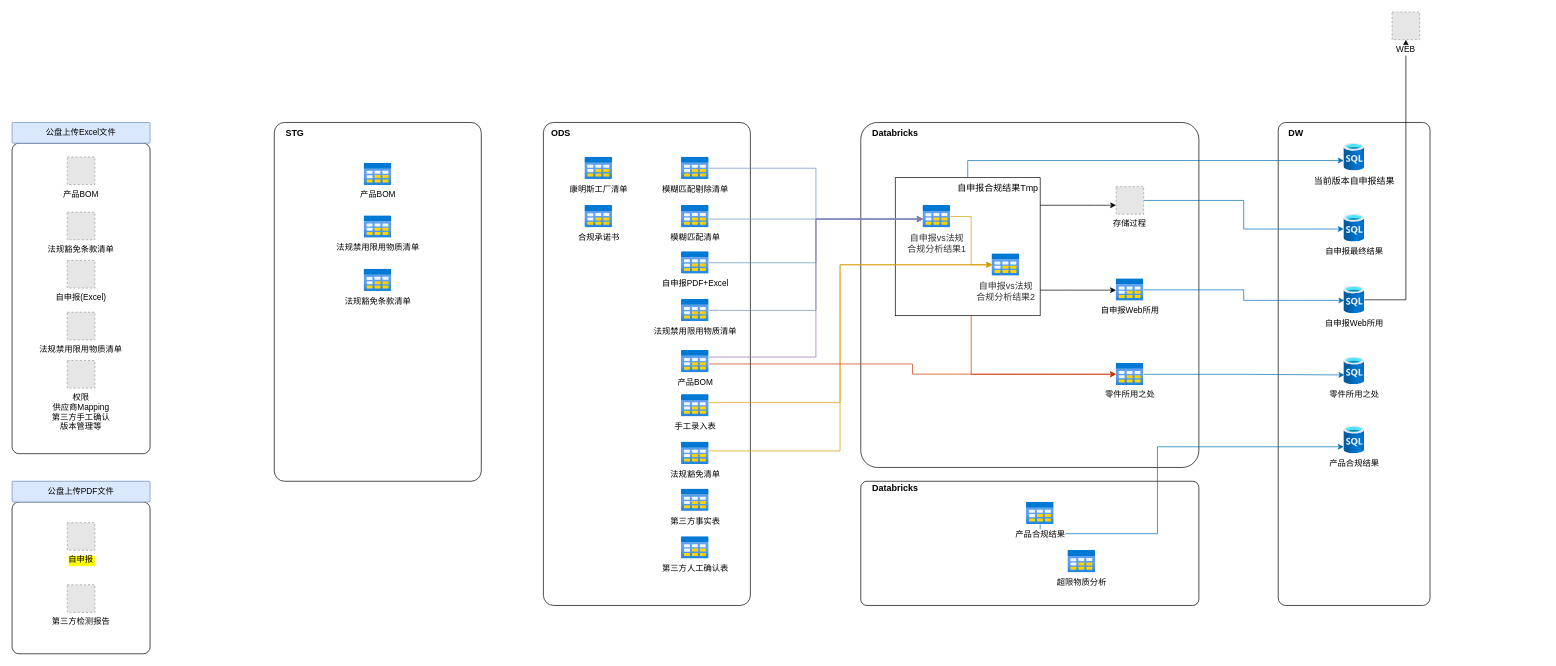
Earlier version of the draw.io diagram 未命名绘图.drawio (newforesee/test). Source tidied: cells renumbered, new cells numbered last; positions are measured from the earlier drawing's top-left corner, leaving out a move shared by most shapes. Both pictures are drawn from the tidied source at 69%, with x=0, y=0 at pixel (12, 12). Pictures stored in the file or linked from it are replaced by grey dashed boxes.
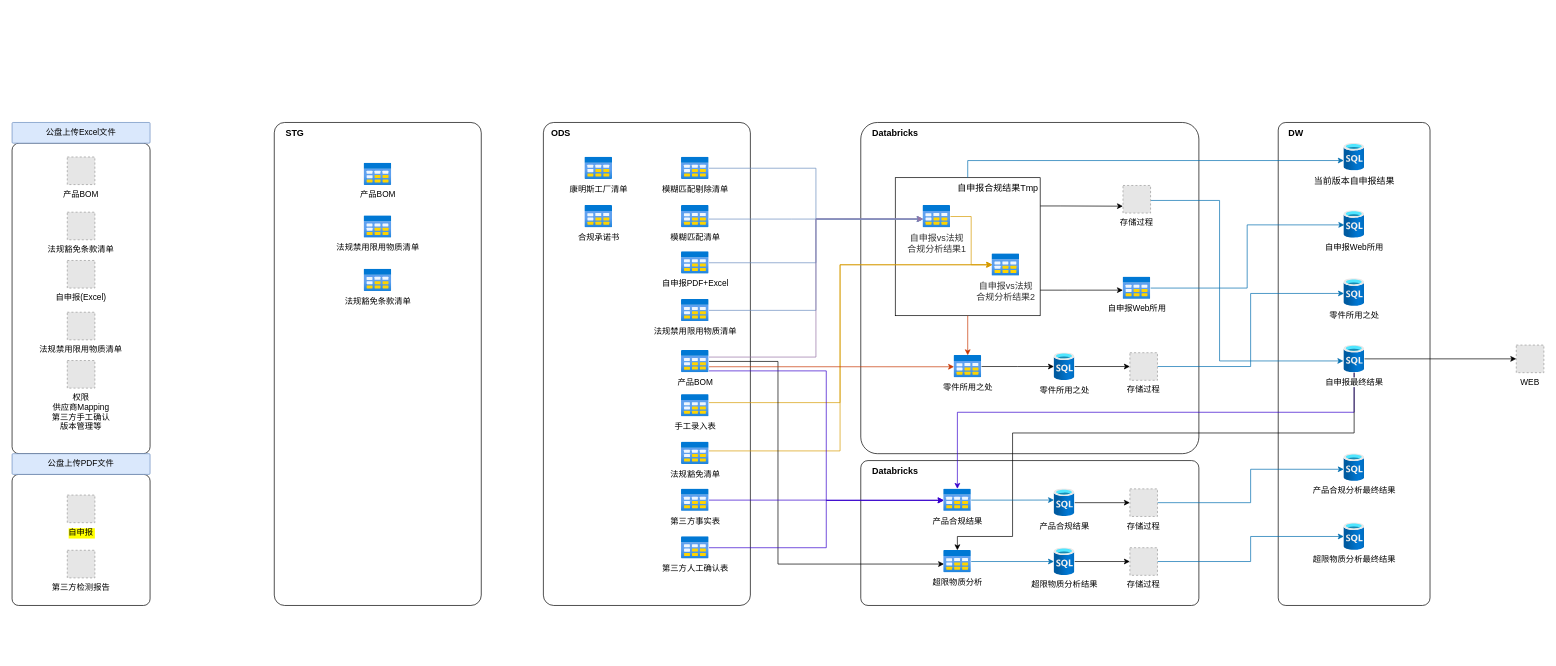
Above is the later version.

Commit message (it also covers changes not shown here):
更新未命名绘图.drawio

The change refers to these unchanged cells:
```xml
<mxCell id="4" style="rounded=0;whiteSpace=wrap;html=1;fontSize=13;absoluteArcSize=0;arcSize=5;" parent="1" vertex="1">
  <mxGeometry x="1280" y="240" width="210" height="200" as="geometry" />
</mxCell>
<mxCell id="44" value="产品BOM" style="html=1;points=[];align=center;image;fontSize=12;image=img/lib/azure2/general/Table.svg;" parent="1" vertex="1">
  <mxGeometry x="970" y="490" width="40" height="32.6" as="geometry" />
</mxCell>
<mxCell id="61" value="第三方人工确认表" style="html=1;points=[];align=center;image;fontSize=12;image=img/lib/azure2/general/Table.svg;labelBackgroundColor=#FFFFFF;fontColor=none;" parent="1" vertex="1">
  <mxGeometry x="970" y="760" width="40" height="32.6" as="geometry" />
</mxCell>
<mxCell id="62" value="第三方事实表" style="html=1;points=[];align=center;image;fontSize=12;image=img/lib/azure2/general/Table.svg;labelBackgroundColor=#FFFFFF;fontColor=none;" parent="1" vertex="1">
  <mxGeometry x="970" y="691" width="40" height="32.6" as="geometry" />
</mxCell>
```

The edit, as a diff of the source:
```diff
@@
     <mxCell id="2" style="rounded=1;whiteSpace=wrap;html=1;labelBackgroundColor=#FFFF00;arcSize=5;" parent="1" vertex="1">
-      <mxGeometry x="1230" y="680" width="490" height="180" as="geometry" />
+      <mxGeometry x="1230" y="650" width="490" height="210" as="geometry" />
     </mxCell>
     <mxCell id="3" style="rounded=1;whiteSpace=wrap;html=1;labelBackgroundColor=#FFFF00;arcSize=5;" parent="1" vertex="1">
-      <mxGeometry x="1230" y="160" width="490" height="500" as="geometry" />
+      <mxGeometry x="1230" y="160" width="490" height="480" as="geometry" />
     </mxCell>
+    <mxCell id="70" style="edgeStyle=orthogonalEdgeStyle;rounded=0;jettySize=auto;html=1;entryX=0;entryY=0.75;entryDx=0;entryDy=0;strokeColor=#000000;fontSize=13;fontColor=none;" parent="1" edge="1" source="4" target="64">
+      <mxGeometry relative="1" as="geometry">
+        <Array as="points">
+          <mxPoint x="1520" y="281" />
+          <mxPoint x="1520" y="281" />
+        </Array>
+      </mxGeometry>
+    </mxCell>
@@
     <mxCell id="6" style="rounded=1;whiteSpace=wrap;html=1;labelBackgroundColor=#FFFF00;arcSize=5;" parent="1" vertex="1">
-      <mxGeometry x="380" y="160" width="300" height="520" as="geometry" />
+      <mxGeometry x="380" y="160" width="300" height="700" as="geometry" />
     </mxCell>
     <mxCell id="7" style="rounded=1;whiteSpace=wrap;html=1;arcSize=5;" parent="1" vertex="1">
-      <mxGeometry y="710" width="200" height="220" as="geometry" />
+      <mxGeometry y="670" width="200" height="190" as="geometry" />
     </mxCell>
@@
     <mxCell id="14" value="自申报" style="fillColor=#E6E6E6;strokeColor=#999999;dashed=1;verticalLabelPosition=bottom;labelBackgroundColor=#FFFF00;verticalAlign=top;" parent="1" vertex="1">
-      <mxGeometry x="80" y="740" width="40" height="40" as="geometry" />
+      <mxGeometry x="80" y="700" width="40" height="40" as="geometry" />
     </mxCell>
     <mxCell id="15" value="第三方检测报告" style="fillColor=#E6E6E6;strokeColor=#999999;dashed=1;verticalLabelPosition=bottom;labelBackgroundColor=#ffffff;verticalAlign=top;" parent="1" vertex="1">
-      <mxGeometry x="80" y="830" width="40" height="40" as="geometry" />
+      <mxGeometry x="80" y="780" width="40" height="40" as="geometry" />
     </mxCell>
@@
-    <mxCell id="19" style="edgeStyle=orthogonalEdgeStyle;rounded=0;jettySize=auto;html=1;entryX=0.5;entryY=1;entryDx=0;entryDy=0;fontSize=13;" parent="1" edge="1" source="20" target="24">
-      <mxGeometry relative="1" as="geometry" />
-    </mxCell>
     <mxCell id="20" value="自申报Web所用" style="html=1;points=[];align=center;image;fontSize=12;image=img/lib/azure2/databases/SQL_Database.svg;" parent="1" vertex="1">
-      <mxGeometry x="1930" y="397" width="30" height="40" as="geometry" />
+      <mxGeometry x="1930" y="287.6" width="30" height="40" as="geometry" />
     </mxCell>
@@
     <mxCell id="22" value="零件所用之处" style="html=1;points=[];align=center;image;fontSize=12;image=img/lib/azure2/databases/SQL_Database.svg;" parent="1" vertex="1">
-      <mxGeometry x="1930" y="500" width="30" height="40" as="geometry" />
+      <mxGeometry x="1930" y="386.3" width="30" height="40" as="geometry" />
     </mxCell>
-    <mxCell id="23" style="edgeStyle=orthogonalEdgeStyle;rounded=0;jettySize=auto;html=1;entryX=0;entryY=0.536;entryDx=0;entryDy=0;entryPerimeter=0;strokeColor=#006EAF;fontSize=13;fillColor=#1ba1e2;exitX=1;exitY=0.5;exitDx=0;exitDy=0;" parent="1" edge="1" source="64" target="60">
-      <mxGeometry relative="1" as="geometry" />
-    </mxCell>
     <mxCell id="24" value="WEB" style="fillColor=#E6E6E6;strokeColor=#999999;dashed=1;verticalLabelPosition=bottom;labelBackgroundColor=default;verticalAlign=top;" parent="1" vertex="1">
-      <mxGeometry x="2000" width="40" height="40" as="geometry" />
+      <mxGeometry x="2180" y="482.6" width="40" height="40" as="geometry" />
     </mxCell>
     <mxCell id="25" value="公盘上传PDF文件" style="rounded=1;whiteSpace=wrap;html=1;arcSize=5;absoluteArcSize=0;fillColor=#dae8fc;strokeColor=#6c8ebf;" parent="1" vertex="1">
-      <mxGeometry y="680" width="200" height="30" as="geometry" />
+      <mxGeometry y="640" width="200" height="30" as="geometry" />
     </mxCell>
@@
+    <mxCell id="71" style="edgeStyle=orthogonalEdgeStyle;rounded=0;jettySize=auto;html=1;entryX=0.019;entryY=0.612;entryDx=0;entryDy=0;entryPerimeter=0;strokeColor=#000000;fontSize=13;fontColor=none;fillColor=#ffff88;" parent="1" edge="1" source="44" target="69">
+      <mxGeometry relative="1" as="geometry">
+        <Array as="points">
+          <mxPoint x="1110" y="506" />
+          <mxPoint x="1110" y="800" />
+        </Array>
+      </mxGeometry>
+    </mxCell>
+    <mxCell id="72" style="edgeStyle=orthogonalEdgeStyle;rounded=0;jettySize=auto;html=1;entryX=0.012;entryY=0.515;entryDx=0;entryDy=0;entryPerimeter=0;strokeColor=#3700CC;fontSize=13;fontColor=none;fillColor=#6a00ff;" parent="1" edge="1" source="44" target="67">
+      <mxGeometry relative="1" as="geometry">
+        <Array as="points">
+          <mxPoint x="1180" y="520" />
+          <mxPoint x="1180" y="708" />
+        </Array>
+      </mxGeometry>
+    </mxCell>
-    <mxCell id="43" style="edgeStyle=orthogonalEdgeStyle;rounded=0;jettySize=auto;html=1;strokeColor=#C73500;fontSize=13;fontColor=none;fillColor=#fa6800;entryX=0;entryY=0.492;entryDx=0;entryDy=0;entryPerimeter=0;" parent="1" edge="1" source="44" target="59">
+    <mxCell id="43" style="edgeStyle=orthogonalEdgeStyle;rounded=0;jettySize=auto;html=1;entryX=0.006;entryY=0.511;entryDx=0;entryDy=0;entryPerimeter=0;strokeColor=#C73500;fontSize=13;fontColor=none;fillColor=#e51400;" parent="1" edge="1" source="44" target="59">
       <mxGeometry relative="1" as="geometry">
         <Array as="points">
-          <mxPoint x="1305" y="510" />
-          <mxPoint x="1305" y="525" />
+          <mxPoint x="1100" y="514" />
+          <mxPoint x="1100" y="514" />
         </Array>
       </mxGeometry>
     </mxCell>
@@
     <mxCell id="49" style="edgeStyle=orthogonalEdgeStyle;rounded=0;jettySize=auto;html=1;fontSize=13;fillColor=#fa6800;strokeColor=#C73500;" parent="1" edge="1" source="4" target="59">
       <mxGeometry relative="1" as="geometry">
         <Array as="points">
-          <mxPoint x="1390" y="525" />
+          <mxPoint x="1390" y="510" />
         </Array>
       </mxGeometry>
     </mxCell>
@@
-    <mxCell id="51" style="edgeStyle=orthogonalEdgeStyle;rounded=0;jettySize=auto;html=1;fontSize=13;" parent="1" edge="1" source="4">
-      <mxGeometry relative="1" as="geometry">
-        <mxPoint x="1600" y="280" as="targetPoint" />
-        <Array as="points">
-          <mxPoint x="1570" y="280" />
-          <mxPoint x="1570" y="280" />
-        </Array>
-      </mxGeometry>
-    </mxCell>
@@
     <mxCell id="57" value="自申报Web所用" style="html=1;points=[];align=center;image;fontSize=12;image=img/lib/azure2/general/Table.svg;" parent="1" vertex="1">
-      <mxGeometry x="1600" y="386.3" width="40" height="32.6" as="geometry" />
+      <mxGeometry x="1610" y="383.7" width="40" height="32.6" as="geometry" />
     </mxCell>
-    <mxCell id="58" style="edgeStyle=orthogonalEdgeStyle;rounded=0;jettySize=auto;html=1;entryX=0.033;entryY=0.648;entryDx=0;entryDy=0;entryPerimeter=0;fontSize=13;fillColor=#1ba1e2;strokeColor=#006EAF;" parent="1" edge="1" source="59" target="22">
-      <mxGeometry relative="1" as="geometry" />
-    </mxCell>
+    <mxCell id="73" style="edgeStyle=orthogonalEdgeStyle;rounded=0;jettySize=auto;html=1;strokeColor=#000000;fontSize=13;fontColor=none;" parent="1" edge="1" source="59" target="90">
+      <mxGeometry relative="1" as="geometry" />
+    </mxCell>
     <mxCell id="59" value="零件所用之处" style="html=1;points=[];align=center;image;fontSize=12;image=img/lib/azure2/general/Table.svg;" parent="1" vertex="1">
-      <mxGeometry x="1600" y="508.7" width="40" height="32.6" as="geometry" />
+      <mxGeometry x="1365" y="497.4" width="40" height="32.6" as="geometry" />
     </mxCell>
+    <mxCell id="74" style="edgeStyle=orthogonalEdgeStyle;rounded=0;jettySize=auto;html=1;strokeColor=#3700CC;fontSize=13;fontColor=none;fillColor=#6a00ff;" parent="1" edge="1" source="60" target="67">
+      <mxGeometry relative="1" as="geometry">
+        <Array as="points">
+          <mxPoint x="1945" y="580" />
+          <mxPoint x="1370" y="580" />
+        </Array>
+      </mxGeometry>
+    </mxCell>
+    <mxCell id="75" style="edgeStyle=orthogonalEdgeStyle;rounded=0;jettySize=auto;html=1;strokeColor=#000000;fontSize=13;fontColor=none;" parent="1" edge="1" source="60" target="69">
+      <mxGeometry relative="1" as="geometry">
+        <Array as="points">
+          <mxPoint x="1945" y="610" />
+          <mxPoint x="1450" y="610" />
+          <mxPoint x="1450" y="760" />
+          <mxPoint x="1370" y="760" />
+        </Array>
+      </mxGeometry>
+    </mxCell>
+    <mxCell id="76" style="edgeStyle=orthogonalEdgeStyle;rounded=0;jettySize=auto;html=1;entryX=0;entryY=0.5;entryDx=0;entryDy=0;strokeColor=#000000;fontSize=13;fontColor=none;" parent="1" edge="1" source="60" target="24">
+      <mxGeometry relative="1" as="geometry" />
+    </mxCell>
     <mxCell id="60" value="自申报最终结果" style="html=1;points=[];align=center;image;fontSize=12;image=img/lib/azure2/databases/SQL_Database.svg;" parent="1" vertex="1">
-      <mxGeometry x="1930" y="293" width="30" height="40" as="geometry" />
+      <mxGeometry x="1930" y="482.6" width="30" height="40" as="geometry" />
     </mxCell>
+    <mxCell id="77" style="edgeStyle=orthogonalEdgeStyle;rounded=0;jettySize=auto;html=1;entryX=-0.004;entryY=0.515;entryDx=0;entryDy=0;entryPerimeter=0;strokeColor=#3700CC;fontSize=13;fontColor=none;fillColor=#6a00ff;" parent="1" edge="1" source="61" target="67">
+      <mxGeometry relative="1" as="geometry" />
+    </mxCell>
@@
+    <mxCell id="78" style="edgeStyle=orthogonalEdgeStyle;rounded=0;jettySize=auto;html=1;strokeColor=#3700CC;fontSize=13;fontColor=none;fillColor=#6a00ff;" parent="1" edge="1" source="62" target="67">
+      <mxGeometry relative="1" as="geometry" />
+    </mxCell>
@@
+    <mxCell id="23" style="edgeStyle=orthogonalEdgeStyle;rounded=0;jettySize=auto;html=1;entryX=-0.019;entryY=0.575;entryDx=0;entryDy=0;entryPerimeter=0;strokeColor=#006EAF;fontSize=13;fontColor=none;fillColor=#647687;" parent="1" edge="1" source="64" target="60">
+      <mxGeometry relative="1" as="geometry">
+        <Array as="points">
+          <mxPoint x="1750" y="273" />
+          <mxPoint x="1750" y="506" />
+        </Array>
+      </mxGeometry>
+    </mxCell>
     <mxCell id="64" value="存储过程" style="fillColor=#E6E6E6;strokeColor=#999999;dashed=1;verticalLabelPosition=bottom;labelBackgroundColor=default;verticalAlign=top;" parent="1" vertex="1">
-      <mxGeometry x="1600" y="253" width="40" height="40" as="geometry" />
+      <mxGeometry x="1610" y="251.3" width="40" height="40" as="geometry" />
     </mxCell>
     <mxCell id="65" value="Databricks" style="text;strokeColor=none;align=center;fillColor=none;html=1;verticalAlign=middle;whiteSpace=wrap;rounded=0;fontStyle=1;fontSize=13;" parent="1" vertex="1">
-      <mxGeometry x="1250" y="680" width="60" height="18" as="geometry" />
+      <mxGeometry x="1250" y="655.6" width="60" height="18" as="geometry" />
     </mxCell>
-    <mxCell id="66" style="edgeStyle=orthogonalEdgeStyle;rounded=0;jettySize=auto;html=1;entryX=0;entryY=0.75;entryDx=0;entryDy=0;entryPerimeter=0;strokeColor=#006eaf;fontSize=13;fontColor=none;" parent="1" edge="1" source="67" target="68">
-      <mxGeometry relative="1" as="geometry">
-        <Array as="points">
-          <mxPoint x="1660" y="756" />
-          <mxPoint x="1660" y="630" />
-        </Array>
-      </mxGeometry>
+    <mxCell id="66" style="edgeStyle=orthogonalEdgeStyle;rounded=0;jettySize=auto;html=1;entryX=0.003;entryY=0.405;entryDx=0;entryDy=0;entryPerimeter=0;strokeColor=#006EAF;fontSize=13;fontColor=none;" parent="1" edge="1" source="67" target="68">
+      <mxGeometry relative="1" as="geometry" />
     </mxCell>
     <mxCell id="67" value="产品合规结果" style="html=1;points=[];align=center;image;fontSize=12;image=img/lib/azure2/general/Table.svg;labelBackgroundColor=#FFFFFF;fontColor=none;" parent="1" vertex="1">
-      <mxGeometry x="1470" y="710" width="40" height="32.6" as="geometry" />
+      <mxGeometry x="1350" y="691" width="40" height="32.6" as="geometry" />
     </mxCell>
+    <mxCell id="79" style="edgeStyle=orthogonalEdgeStyle;rounded=0;jettySize=auto;html=1;entryX=0;entryY=0.5;entryDx=0;entryDy=0;strokeColor=#000000;fontSize=13;fontColor=none;" parent="1" edge="1" source="68" target="84">
+      <mxGeometry relative="1" as="geometry" />
+    </mxCell>
     <mxCell id="68" value="产品合规结果" style="html=1;points=[];align=center;image;fontSize=12;image=img/lib/azure2/databases/SQL_Database.svg;" parent="1" vertex="1">
-      <mxGeometry x="1930" y="600" width="30" height="40" as="geometry" />
+      <mxGeometry x="1510" y="691" width="30" height="40" as="geometry" />
     </mxCell>
+    <mxCell id="80" style="edgeStyle=orthogonalEdgeStyle;rounded=0;jettySize=auto;html=1;strokeColor=#006EAF;fontSize=13;fontColor=none;fillColor=#647687;" parent="1" edge="1" source="69" target="82">
+      <mxGeometry relative="1" as="geometry" />
+    </mxCell>
     <mxCell id="69" value="超限物质分析" style="html=1;points=[];align=center;image;fontSize=12;image=img/lib/azure2/general/Table.svg;labelBackgroundColor=#FFFFFF;fontColor=none;" parent="1" vertex="1">
-      <mxGeometry x="1530" y="780" width="40" height="32.6" as="geometry" />
+      <mxGeometry x="1350" y="780" width="40" height="32.6" as="geometry" />
     </mxCell>
+    <mxCell id="81" style="edgeStyle=orthogonalEdgeStyle;rounded=0;jettySize=auto;html=1;strokeColor=#000000;fontSize=13;fontColor=none;" parent="1" edge="1" source="82" target="86">
+      <mxGeometry relative="1" as="geometry" />
+    </mxCell>
+    <mxCell id="82" value="超限物质分析结果" style="html=1;points=[];align=center;image;fontSize=12;image=img/lib/azure2/databases/SQL_Database.svg;" parent="1" vertex="1">
+      <mxGeometry x="1510" y="776.3" width="30" height="40" as="geometry" />
+    </mxCell>
+    <mxCell id="83" style="edgeStyle=orthogonalEdgeStyle;rounded=0;jettySize=auto;html=1;entryX=0;entryY=0.565;entryDx=0;entryDy=0;entryPerimeter=0;strokeColor=#006EAF;fontSize=13;fontColor=none;" parent="1" edge="1" source="84" target="87">
+      <mxGeometry relative="1" as="geometry" />
+    </mxCell>
+    <mxCell id="84" value="存储过程" style="fillColor=#E6E6E6;strokeColor=#999999;dashed=1;verticalLabelPosition=bottom;labelBackgroundColor=default;verticalAlign=top;" parent="1" vertex="1">
+      <mxGeometry x="1620" y="691" width="40" height="40" as="geometry" />
+    </mxCell>
+    <mxCell id="85" style="edgeStyle=orthogonalEdgeStyle;rounded=0;jettySize=auto;html=1;strokeColor=#006EAF;fontSize=13;fontColor=none;" parent="1" edge="1" source="86" target="88">
+      <mxGeometry relative="1" as="geometry" />
+    </mxCell>
+    <mxCell id="86" value="存储过程" style="fillColor=#E6E6E6;strokeColor=#999999;dashed=1;verticalLabelPosition=bottom;labelBackgroundColor=default;verticalAlign=top;" parent="1" vertex="1">
+      <mxGeometry x="1620" y="776.3" width="40" height="40" as="geometry" />
+    </mxCell>
+    <mxCell id="87" value="产品合规分析最终结果" style="html=1;points=[];align=center;image;fontSize=12;image=img/lib/azure2/databases/SQL_Database.svg;" parent="1" vertex="1">
+      <mxGeometry x="1930" y="640" width="30" height="40" as="geometry" />
+    </mxCell>
+    <mxCell id="88" value="超限物质分析最终结果" style="html=1;points=[];align=center;image;fontSize=12;image=img/lib/azure2/databases/SQL_Database.svg;" parent="1" vertex="1">
+      <mxGeometry x="1930" y="740" width="30" height="40" as="geometry" />
+    </mxCell>
+    <mxCell id="89" style="edgeStyle=orthogonalEdgeStyle;rounded=0;jettySize=auto;html=1;entryX=0;entryY=0.5;entryDx=0;entryDy=0;strokeColor=#000000;fontSize=13;fontColor=none;" parent="1" edge="1" source="90" target="92">
+      <mxGeometry relative="1" as="geometry" />
+    </mxCell>
+    <mxCell id="90" value="零件所用之处" style="html=1;points=[];align=center;image;fontSize=12;image=img/lib/azure2/databases/SQL_Database.svg;" parent="1" vertex="1">
+      <mxGeometry x="1510" y="493.7" width="30" height="40" as="geometry" />
+    </mxCell>
+    <mxCell id="91" style="edgeStyle=orthogonalEdgeStyle;rounded=0;jettySize=auto;html=1;entryX=0.011;entryY=0.537;entryDx=0;entryDy=0;entryPerimeter=0;strokeColor=#006EAF;fontSize=13;fontColor=none;" parent="1" edge="1" source="92" target="22">
+      <mxGeometry relative="1" as="geometry" />
+    </mxCell>
+    <mxCell id="92" value="存储过程" style="fillColor=#E6E6E6;strokeColor=#999999;dashed=1;verticalLabelPosition=bottom;labelBackgroundColor=default;verticalAlign=top;" parent="1" vertex="1">
+      <mxGeometry x="1620" y="493.7" width="40" height="40" as="geometry" />
+    </mxCell>
```
